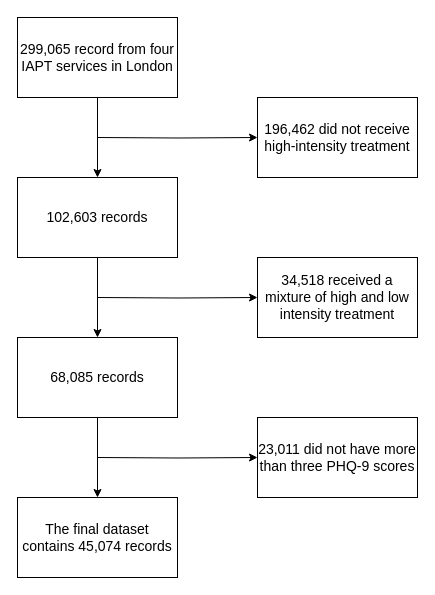
Earlier version of the draw.io diagram Untitled Diagram.drawio (TerryyyZhang/AsteroidX-Asteroid-Exploration-Simulation-and-Visualisation-Tool). Source tidied: cells renumbered, new cells numbered last; positions are measured from the earlier drawing's top-left corner, leaving out a move shared by most shapes. Both pictures are drawn from the tidied source at 100%, with x=0, y=0 at pixel (17, 17).
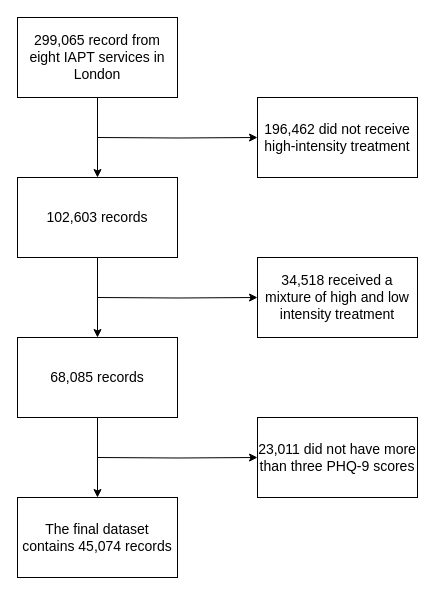
The same diagram, later.

Change to the diagram source:
```diff
@@
 <mxGraphModel>
   <root>
     <mxCell id="0" />
     <mxCell id="1" parent="0" />
     <mxCell id="2" style="edgeStyle=orthogonalEdgeStyle;rounded=0;jettySize=auto;html=1;entryX=0.5;entryY=0;entryDx=0;entryDy=0;" parent="1" edge="1" source="3" target="5">
       <mxGeometry relative="1" as="geometry" />
     </mxCell>
-    <mxCell id="3" value="&lt;font style=&quot;font-size: 14px&quot;&gt;299,065 record from four IAPT services in London&lt;/font&gt;" style="rounded=0;whiteSpace=wrap;html=1;" parent="1" vertex="1">
+    <mxCell id="3" value="&lt;font style=&quot;font-size: 14px&quot;&gt;299,065 record from eight IAPT services in London&lt;/font&gt;" style="rounded=0;whiteSpace=wrap;html=1;" parent="1" vertex="1">
       <mxGeometry width="160" height="80" as="geometry" />
     </mxCell>
     <mxCell id="4" style="edgeStyle=orthogonalEdgeStyle;rounded=0;jettySize=auto;html=1;entryX=0.5;entryY=0;entryDx=0;entryDy=0;" parent="1" edge="1" source="5" target="7">
       <mxGeometry relative="1" as="geometry" />
     </mxCell>
     <mxCell id="5" value="&lt;font style=&quot;font-size: 14px&quot;&gt;102,603 records&lt;/font&gt;" style="rounded=0;whiteSpace=wrap;html=1;" parent="1" vertex="1">
       <mxGeometry y="160" width="160" height="80" as="geometry" />
     </mxCell>
     <mxCell id="6" style="edgeStyle=orthogonalEdgeStyle;rounded=0;jettySize=auto;html=1;exitX=0.5;exitY=1;exitDx=0;exitDy=0;entryX=0.5;entryY=0;entryDx=0;entryDy=0;" parent="1" edge="1" source="7" target="8">
       <mxGeometry relative="1" as="geometry" />
     </mxCell>
     <mxCell id="7" value="&lt;div&gt;&lt;font style=&quot;font-size: 14px&quot;&gt;68,085 records&lt;/font&gt;&lt;/div&gt;" style="rounded=0;whiteSpace=wrap;html=1;" parent="1" vertex="1">
       <mxGeometry y="320" width="160" height="80" as="geometry" />
     </mxCell>
     <mxCell id="8" value="&lt;font style=&quot;font-size: 14px&quot;&gt;The final dataset contains 45,074 records&lt;/font&gt;" style="rounded=0;whiteSpace=wrap;html=1;" parent="1" vertex="1">
       <mxGeometry y="480" width="160" height="80" as="geometry" />
     </mxCell>
     <mxCell id="9" style="edgeStyle=orthogonalEdgeStyle;rounded=0;jettySize=auto;html=1;" parent="1" edge="1" target="10">
       <mxGeometry relative="1" as="geometry">
         <mxPoint x="80" y="120" as="sourcePoint" />
       </mxGeometry>
     </mxCell>
     <mxCell id="10" value="&lt;font style=&quot;font-size: 14px&quot;&gt;196,462 did not receive high-intensity treatment&lt;/font&gt;" style="rounded=0;whiteSpace=wrap;html=1;" parent="1" vertex="1">
       <mxGeometry x="240" y="80" width="160" height="80" as="geometry" />
     </mxCell>
     <mxCell id="11" style="edgeStyle=orthogonalEdgeStyle;rounded=0;jettySize=auto;html=1;" parent="1" edge="1" target="12">
       <mxGeometry relative="1" as="geometry">
         <mxPoint x="80" y="280" as="sourcePoint" />
       </mxGeometry>
     </mxCell>
     <mxCell id="12" value="&lt;font style=&quot;font-size: 14px&quot;&gt;34,518 received a mixture of high and low intensity treatment&lt;/font&gt;" style="rounded=0;whiteSpace=wrap;html=1;" parent="1" vertex="1">
       <mxGeometry x="240" y="240" width="160" height="80" as="geometry" />
     </mxCell>
     <mxCell id="13" style="edgeStyle=orthogonalEdgeStyle;rounded=0;jettySize=auto;html=1;" parent="1" edge="1" target="14">
       <mxGeometry relative="1" as="geometry">
         <mxPoint x="80" y="440" as="sourcePoint" />
       </mxGeometry>
     </mxCell>
     <mxCell id="14" value="&lt;font style=&quot;font-size: 14px&quot;&gt;23,011 did not have more than three PHQ-9 scores&lt;/font&gt;" style="rounded=0;whiteSpace=wrap;html=1;" parent="1" vertex="1">
       <mxGeometry x="240" y="400" width="160" height="80" as="geometry" />
     </mxCell>
   </root>
 </mxGraphModel>
```
